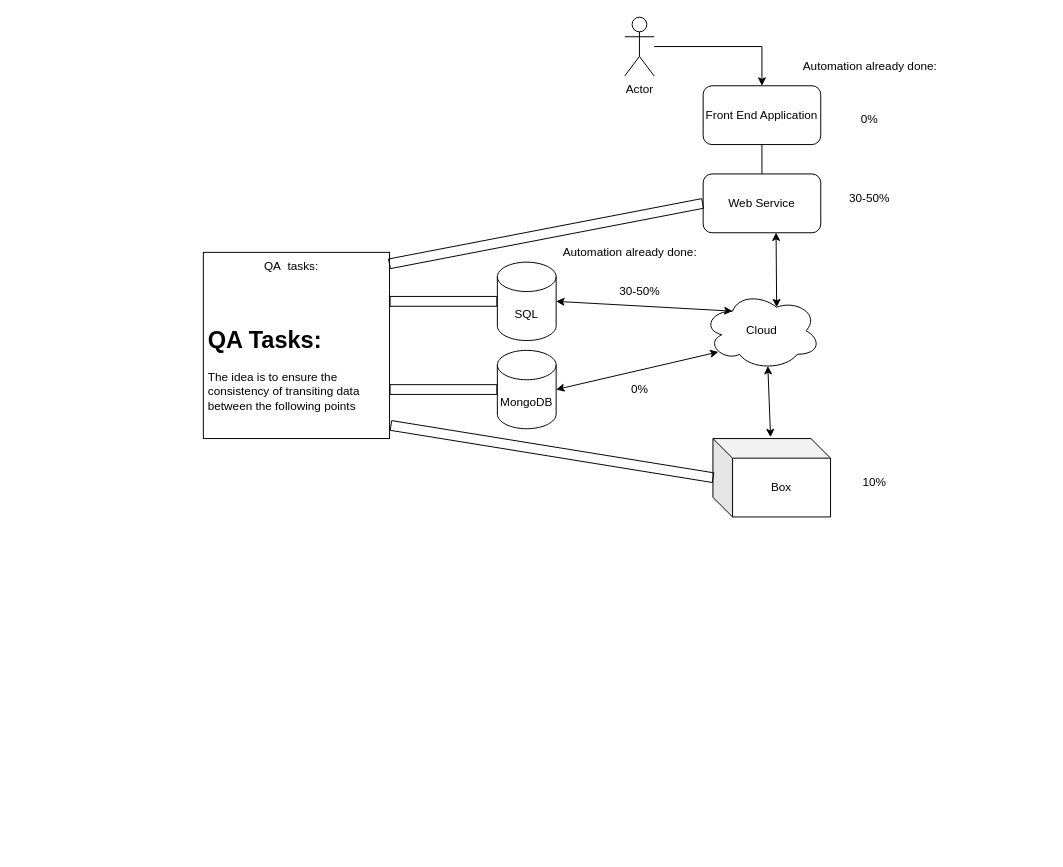
This is diagramGlobal.drawio from jpgros/DiagramsSchneider, a draw.io file, before an edit. Source tidied: cells renumbered, new cells numbered last; positions are measured from the earlier drawing's top-left corner, leaving out a move shared by most shapes. Both pictures are drawn from the tidied source at 98%, with x=0, y=0 at pixel (203, 17).
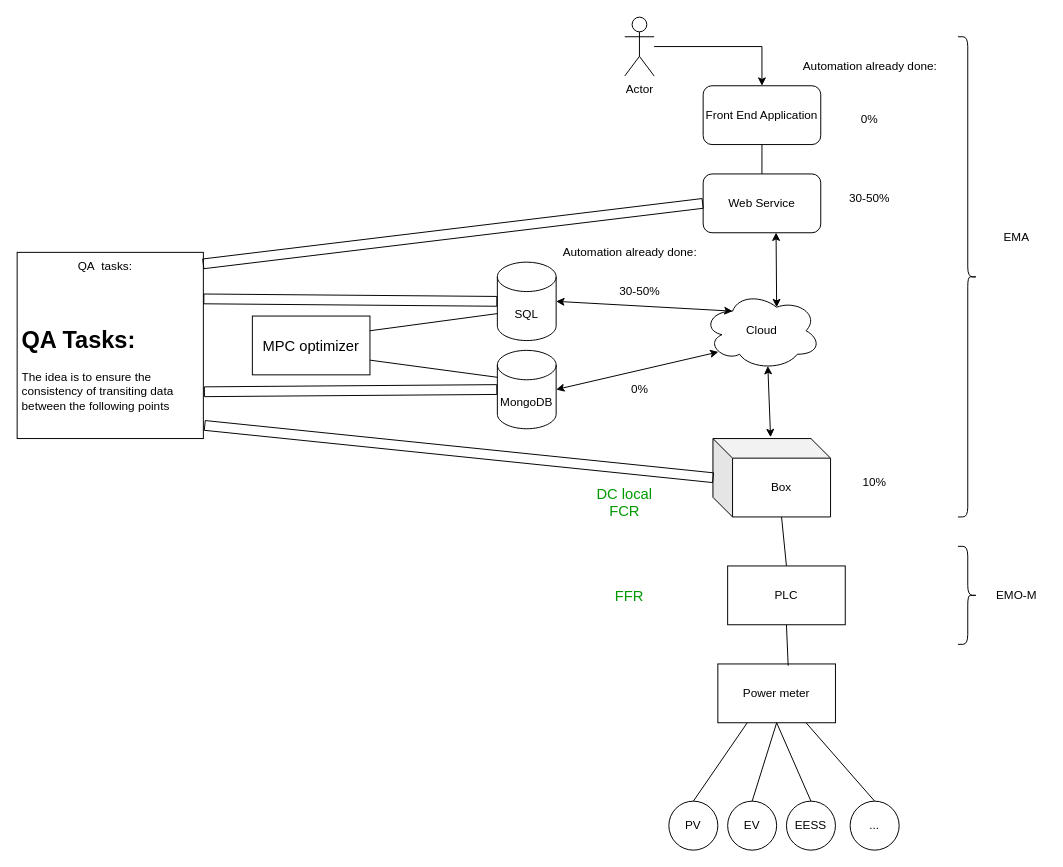
The same diagram, later.

The change refers to these unchanged cells:
```xml
<mxCell id="7" value="SQL" style="shape=cylinder3;whiteSpace=wrap;html=1;boundedLbl=1;backgroundOutline=1;size=15;" parent="1" vertex="1">
  <mxGeometry x="300" y="250" width="60" height="80" as="geometry" />
</mxCell>
<mxCell id="8" value="MongoDB" style="shape=cylinder3;whiteSpace=wrap;html=1;boundedLbl=1;backgroundOutline=1;size=15;" parent="1" vertex="1">
  <mxGeometry x="300" y="340" width="60" height="80" as="geometry" />
</mxCell>
<mxCell id="9" value="Box" style="shape=cube;whiteSpace=wrap;html=1;boundedLbl=1;backgroundOutline=1;darkOpacity=0.05;darkOpacity2=0.1;" parent="1" vertex="1">
  <mxGeometry x="520" y="430" width="120" height="80" as="geometry" />
</mxCell>
```

Change to the diagram source:
```diff
@@
     <mxCell id="22" style="rounded=0;whiteSpace=wrap;html=1;" parent="1" vertex="1">
-      <mxGeometry y="240" width="190" height="190" as="geometry" />
+      <mxGeometry x="-190" y="240" width="190" height="190" as="geometry" />
     </mxCell>
     <mxCell id="23" value="QA&amp;nbsp; tasks:" style="text;html=1;strokeColor=none;fillColor=none;align=center;verticalAlign=middle;whiteSpace=wrap;rounded=0;" parent="1" vertex="1">
-      <mxGeometry x="60" y="240" width="60" height="30" as="geometry" />
+      <mxGeometry x="-130" y="240" width="60" height="30" as="geometry" />
     </mxCell>
     <mxCell id="24" value="&lt;h1&gt;QA Tasks:&lt;/h1&gt;&lt;p&gt;The idea is to ensure the consistency of transiting data between the following points&lt;/p&gt;" style="text;html=1;strokeColor=none;fillColor=none;spacing=5;spacingTop=-20;whiteSpace=wrap;overflow=hidden;rounded=0;" parent="1" vertex="1">
-      <mxGeometry y="310" width="190" height="120" as="geometry" />
+      <mxGeometry x="-190" y="310" width="190" height="120" as="geometry" />
     </mxCell>
@@
-    <mxCell id="26" style="shape=flexArrow;endArrow=none;startArrow=none;html=1;rounded=0;startFill=0;endFill=0;entryX=0;entryY=0.5;entryDx=0;entryDy=0;entryPerimeter=0;" parent="1" edge="1" target="7">
-      <mxGeometry relative="1" as="geometry">
-        <mxPoint x="190" y="290" as="sourcePoint" />
-      </mxGeometry>
+    <mxCell id="26" style="shape=flexArrow;endArrow=none;startArrow=none;html=1;rounded=0;startFill=0;endFill=0;entryX=0;entryY=0.5;entryDx=0;entryDy=0;entryPerimeter=0;exitX=1;exitY=0.25;exitDx=0;exitDy=0;" parent="1" edge="1" source="22" target="7">
+      <mxGeometry relative="1" as="geometry" />
     </mxCell>
-    <mxCell id="27" style="shape=flexArrow;endArrow=none;startArrow=none;html=1;rounded=0;startFill=0;endFill=0;entryX=0;entryY=0.5;entryDx=0;entryDy=0;entryPerimeter=0;" parent="1" edge="1" target="8">
-      <mxGeometry relative="1" as="geometry">
-        <mxPoint x="190" y="380" as="sourcePoint" />
-      </mxGeometry>
+    <mxCell id="27" style="shape=flexArrow;endArrow=none;startArrow=none;html=1;rounded=0;startFill=0;endFill=0;entryX=0;entryY=0.5;entryDx=0;entryDy=0;entryPerimeter=0;exitX=1.003;exitY=0.602;exitDx=0;exitDy=0;exitPerimeter=0;" parent="1" edge="1" source="24" target="8">
+      <mxGeometry relative="1" as="geometry" />
     </mxCell>
@@
+    <mxCell id="30" value="Power meter" style="rounded=0;whiteSpace=wrap;html=1;" parent="1" vertex="1">
+      <mxGeometry x="525" y="660" width="120" height="60" as="geometry" />
+    </mxCell>
+    <mxCell id="31" style="endArrow=none;html=1;rounded=0;entryX=0;entryY=0;entryDx=70;entryDy=80;entryPerimeter=0;exitX=0.598;exitY=0.03;exitDx=0;exitDy=0;exitPerimeter=0;" parent="1" edge="1" source="30">
+      <mxGeometry relative="1" as="geometry">
+        <mxPoint x="595" y="620" as="targetPoint" />
+      </mxGeometry>
+    </mxCell>
+    <mxCell id="32" value="PV" style="ellipse;whiteSpace=wrap;html=1;" parent="1" vertex="1">
+      <mxGeometry x="475" y="800" width="50" height="50" as="geometry" />
+    </mxCell>
+    <mxCell id="33" value="EESS" style="ellipse;whiteSpace=wrap;html=1;" parent="1" vertex="1">
+      <mxGeometry x="595" y="800" width="50" height="50" as="geometry" />
+    </mxCell>
+    <mxCell id="34" value="EV" style="ellipse;whiteSpace=wrap;html=1;" parent="1" vertex="1">
+      <mxGeometry x="535" y="800" width="50" height="50" as="geometry" />
+    </mxCell>
+    <mxCell id="35" value="..." style="ellipse;whiteSpace=wrap;html=1;" parent="1" vertex="1">
+      <mxGeometry x="660" y="800" width="50" height="50" as="geometry" />
+    </mxCell>
+    <mxCell id="36" style="endArrow=none;html=1;rounded=0;entryX=0.25;entryY=1;entryDx=0;entryDy=0;exitX=0.5;exitY=0;exitDx=0;exitDy=0;" parent="1" edge="1" source="32" target="30">
+      <mxGeometry relative="1" as="geometry" />
+    </mxCell>
+    <mxCell id="37" style="endArrow=none;html=1;rounded=0;entryX=0.5;entryY=1;entryDx=0;entryDy=0;exitX=0.5;exitY=0;exitDx=0;exitDy=0;" parent="1" edge="1" source="34" target="30">
+      <mxGeometry relative="1" as="geometry" />
+    </mxCell>
+    <mxCell id="38" style="endArrow=none;html=1;rounded=0;entryX=0.5;entryY=0;entryDx=0;entryDy=0;exitX=0.5;exitY=1;exitDx=0;exitDy=0;" parent="1" edge="1" source="30" target="33">
+      <mxGeometry relative="1" as="geometry" />
+    </mxCell>
+    <mxCell id="39" style="endArrow=none;html=1;rounded=0;entryX=0.5;entryY=0;entryDx=0;entryDy=0;exitX=0.75;exitY=1;exitDx=0;exitDy=0;" parent="1" edge="1" source="30" target="35">
+      <mxGeometry relative="1" as="geometry" />
+    </mxCell>
+    <mxCell id="40" style="shape=curlyBracket;whiteSpace=wrap;html=1;rounded=1;flipH=1;" parent="1" vertex="1">
+      <mxGeometry x="770" y="20" width="20" height="490" as="geometry" />
+    </mxCell>
+    <mxCell id="41" value="EMO-M" style="text;html=1;strokeColor=none;fillColor=none;align=center;verticalAlign=middle;whiteSpace=wrap;rounded=0;" parent="1" vertex="1">
+      <mxGeometry x="800" y="575" width="60" height="30" as="geometry" />
+    </mxCell>
+    <mxCell id="42" value="EMA" style="text;html=1;strokeColor=none;fillColor=none;align=center;verticalAlign=middle;whiteSpace=wrap;rounded=0;" parent="1" vertex="1">
+      <mxGeometry x="800" y="210" width="60" height="30" as="geometry" />
+    </mxCell>
+    <mxCell id="43" style="shape=curlyBracket;whiteSpace=wrap;html=1;rounded=1;flipH=1;" parent="1" vertex="1">
+      <mxGeometry x="770" y="540" width="20" height="100" as="geometry" />
+    </mxCell>
+    <mxCell id="44" value="PLC" style="rounded=0;whiteSpace=wrap;html=1;" parent="1" vertex="1">
+      <mxGeometry x="535" y="560" width="120" height="60" as="geometry" />
+    </mxCell>
+    <mxCell id="45" style="endArrow=none;html=1;rounded=0;entryX=0;entryY=0;entryDx=70;entryDy=80;entryPerimeter=0;exitX=0.5;exitY=0;exitDx=0;exitDy=0;" parent="1" edge="1" source="44" target="9">
+      <mxGeometry relative="1" as="geometry" />
+    </mxCell>
+    <mxCell id="46" value="&lt;font style=&quot;font-size: 15px;&quot; color=&quot;#009900&quot;&gt;FFR&lt;/font&gt;" style="text;html=1;strokeColor=none;fillColor=none;align=center;verticalAlign=middle;whiteSpace=wrap;rounded=0;" parent="1" vertex="1">
+      <mxGeometry x="405" y="575" width="60" height="30" as="geometry" />
+    </mxCell>
+    <mxCell id="47" value="&lt;font style=&quot;font-size: 15px;&quot; color=&quot;#009900&quot;&gt;DC local FCR&lt;/font&gt;" style="text;html=1;strokeColor=none;fillColor=none;align=center;verticalAlign=middle;whiteSpace=wrap;rounded=0;" parent="1" vertex="1">
+      <mxGeometry x="400" y="480" width="60" height="30" as="geometry" />
+    </mxCell>
+    <mxCell id="48" value="&lt;font color=&quot;#000000&quot;&gt;MPC optimizer&lt;/font&gt;" style="rounded=0;whiteSpace=wrap;html=1;fontSize=15;fontColor=#009900;" parent="1" vertex="1">
+      <mxGeometry x="50" y="305" width="120" height="60" as="geometry" />
+    </mxCell>
+    <mxCell id="49" style="endArrow=none;html=1;rounded=0;fontSize=15;fontColor=#000000;entryX=0;entryY=0;entryDx=0;entryDy=52.5;entryPerimeter=0;exitX=1;exitY=0.25;exitDx=0;exitDy=0;" parent="1" edge="1" source="48" target="7">
+      <mxGeometry relative="1" as="geometry" />
+    </mxCell>
+    <mxCell id="50" style="endArrow=none;html=1;rounded=0;fontSize=15;fontColor=#000000;entryX=0;entryY=0;entryDx=0;entryDy=27.5;entryPerimeter=0;exitX=1;exitY=0.75;exitDx=0;exitDy=0;" parent="1" edge="1" source="48" target="8">
+      <mxGeometry relative="1" as="geometry" />
+    </mxCell>
```
